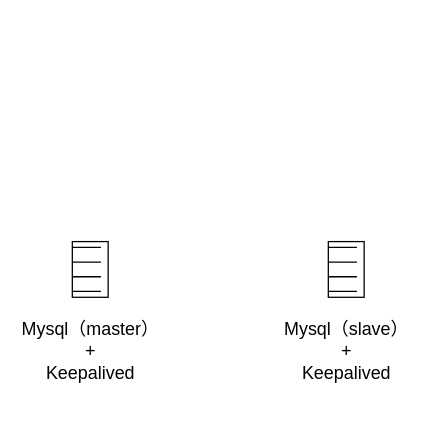
The draw.io diagram page "Keepalived" (2 of 3) of Mysql高可用.drawio in waterwatermelon/graph, before the edit. Source tidied: cells renumbered, new cells numbered last; positions are measured from the earlier drawing's top-left corner, leaving out a move shared by most shapes. Both pictures are drawn from the tidied source at 128%, with x=0, y=0 at pixel (45, 228).
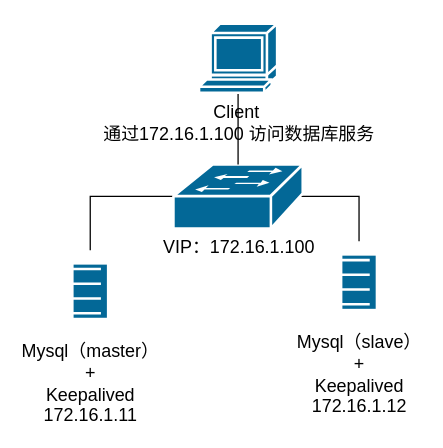
The same page after the edit.

What changed in the source:
```diff
@@
 <mxGraphModel>
   <root>
     <mxCell id="0" />
     <mxCell id="1" parent="0" />
-    <mxCell id="2" value="Mysql（master）&lt;br&gt;+&lt;br&gt;Keepalived" style="shape=mxgraph.bpmn.shape;html=1;verticalLabelPosition=bottom;labelBackgroundColor=#ffffff;verticalAlign=top;align=center;perimeter=rhombusPerimeter;outlineConnect=0;symbol=conditional;strokeColor=#000000;strokeWidth=1;fillColor=#FFFFFF;fontSize=14;" parent="1" vertex="1">
-      <mxGeometry width="70" height="64" as="geometry" />
+    <mxCell id="2" value="Mysql（master）&lt;br style=&quot;font-size: 14px;&quot;&gt;+&lt;br style=&quot;font-size: 14px;&quot;&gt;Keepalived&lt;br style=&quot;font-size: 14px;&quot;&gt;172.16.1.11" style="shape=mxgraph.bpmn.shape;html=1;verticalLabelPosition=bottom;labelBackgroundColor=#ffffff;verticalAlign=top;align=center;perimeter=rhombusPerimeter;outlineConnect=0;symbol=conditional;strokeColor=#000000;strokeWidth=1;fillColor=#FFFFFF;fontSize=14;fillColor=#036897;strokeColor=#ffffff;strokeWidth=2;" parent="1" vertex="1">
+      <mxGeometry y="17" width="70" height="64" as="geometry" />
     </mxCell>
-    <mxCell id="3" value="Mysql（slave）&lt;br&gt;+&lt;br&gt;Keepalived" style="shape=mxgraph.bpmn.shape;html=1;verticalLabelPosition=bottom;labelBackgroundColor=#ffffff;verticalAlign=top;align=center;perimeter=rhombusPerimeter;outlineConnect=0;symbol=conditional;strokeColor=#000000;strokeWidth=1;fillColor=#FFFFFF;fontSize=14;" parent="1" vertex="1">
-      <mxGeometry x="200" width="70" height="64" as="geometry" />
+    <mxCell id="3" value="Mysql（slave）&lt;br style=&quot;font-size: 14px;&quot;&gt;+&lt;br style=&quot;font-size: 14px;&quot;&gt;Keepalived&lt;br style=&quot;font-size: 14px;&quot;&gt;172.16.1.12" style="shape=mxgraph.bpmn.shape;html=1;verticalLabelPosition=bottom;labelBackgroundColor=#ffffff;verticalAlign=top;align=center;perimeter=rhombusPerimeter;outlineConnect=0;symbol=conditional;strokeColor=#000000;strokeWidth=1;fillColor=#FFFFFF;fontSize=14;fillColor=#036897;strokeColor=#ffffff;strokeWidth=2;" parent="1" vertex="1">
+      <mxGeometry x="210" y="10" width="70" height="64" as="geometry" />
     </mxCell>
+    <mxCell id="4" style="edgeStyle=orthogonalEdgeStyle;rounded=0;jettySize=auto;html=1;exitX=0.98;exitY=0.5;exitDx=0;exitDy=0;exitPerimeter=0;endArrow=none;endFill=0;fontSize=14;" parent="1" edge="1" source="6" target="3">
+      <mxGeometry relative="1" as="geometry" />
+    </mxCell>
+    <mxCell id="5" style="edgeStyle=orthogonalEdgeStyle;rounded=0;jettySize=auto;html=1;exitX=0;exitY=0.5;exitDx=0;exitDy=0;exitPerimeter=0;entryX=0.5;entryY=0;entryDx=0;entryDy=0;startArrow=none;startFill=0;endArrow=none;endFill=0;fontSize=14;" parent="1" edge="1" source="6" target="2">
+      <mxGeometry relative="1" as="geometry" />
+    </mxCell>
+    <mxCell id="6" value="VIP：172.16.1.100" style="shape=mxgraph.cisco.switches.workgroup_switch;html=1;dashed=0;fillColor=#036897;strokeColor=#ffffff;strokeWidth=2;verticalLabelPosition=bottom;verticalAlign=top;align=center;outlineConnect=0;fontSize=14;" parent="1" vertex="1">
+      <mxGeometry x="100" y="-50" width="101" height="50" as="geometry" />
+    </mxCell>
+    <mxCell id="7" style="edgeStyle=orthogonalEdgeStyle;rounded=0;jettySize=auto;html=1;exitX=0.5;exitY=1;exitDx=0;exitDy=0;exitPerimeter=0;entryX=0.5;entryY=0;entryDx=0;entryDy=0;entryPerimeter=0;startArrow=none;startFill=0;endArrow=none;endFill=0;fontSize=14;" parent="1" edge="1" source="8" target="6">
+      <mxGeometry relative="1" as="geometry" />
+    </mxCell>
+    <mxCell id="8" value="Client&amp;nbsp;&lt;br&gt;通过172.16.1.100 访问数据库服务" style="shape=mxgraph.cisco.computers_and_peripherals.terminal;html=1;dashed=0;fillColor=#036897;strokeColor=#ffffff;strokeWidth=2;verticalLabelPosition=bottom;verticalAlign=top;align=center;outlineConnect=0;fontSize=14;" parent="1" vertex="1">
+      <mxGeometry x="120" y="-160" width="61" height="54" as="geometry" />
+    </mxCell>
   </root>
 </mxGraphModel>
```
